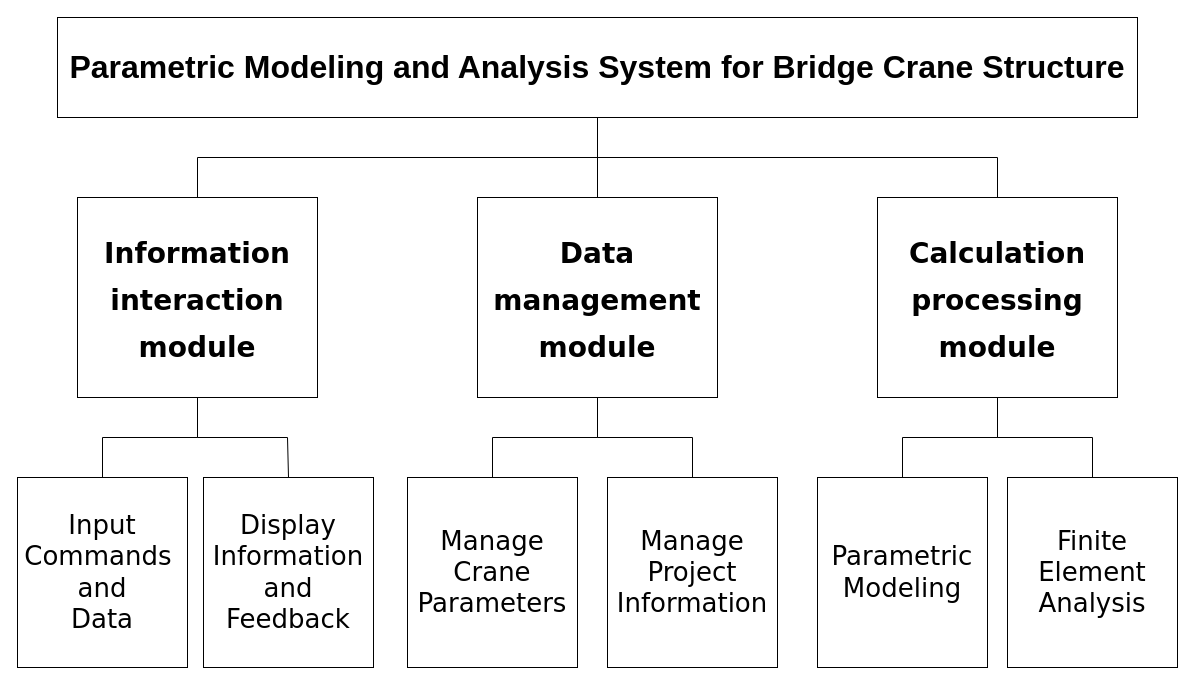
The draw.io diagram page "第 1 页" (1 of 2) of Graduation Design.drawio in Destiny-LB/draw.io, before the edit. Source tidied: cells renumbered, new cells numbered last; positions are measured from the earlier drawing's top-left corner, leaving out a move shared by most shapes. Both pictures are drawn from the tidied source at 100%, with x=0, y=0 at pixel (17, 17).
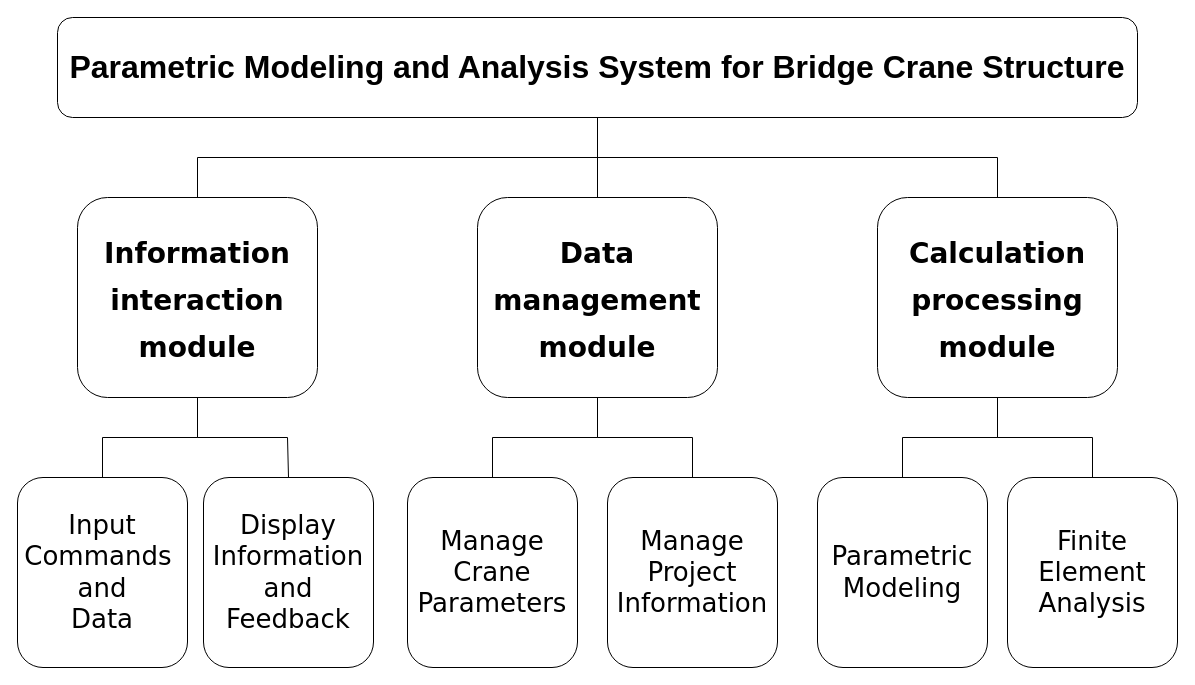
After the change.

Diff of the diagram source:
```diff
@@
-    <mxCell id="2" value="&lt;h1&gt;&lt;font style=&quot;font-size: 32px;&quot;&gt;Parametric Modeling and Analysis System for Bridge Crane Structure&lt;/font&gt;&lt;/h1&gt;" style="rounded=0;whiteSpace=wrap;html=1;" parent="1" vertex="1">
+    <mxCell id="2" value="&lt;h1&gt;&lt;font style=&quot;font-size: 32px;&quot;&gt;Parametric Modeling and Analysis System for Bridge Crane Structure&lt;/font&gt;&lt;/h1&gt;" style="rounded=1;whiteSpace=wrap;html=1;labelBackgroundColor=none;" parent="1" vertex="1">
       <mxGeometry x="40" width="1080" height="100" as="geometry" />
     </mxCell>
-    <mxCell id="3" value="&lt;h2&gt;&lt;font style=&quot;font-size: 28px;&quot;&gt;Information interaction module&lt;/font&gt;&lt;/h2&gt;" style="rounded=0;whiteSpace=wrap;html=1;fontFamily=Verdana;fontSize=26;" parent="1" vertex="1">
+    <mxCell id="3" value="&lt;h2&gt;&lt;font style=&quot;font-size: 28px;&quot;&gt;Information interaction module&lt;/font&gt;&lt;/h2&gt;" style="rounded=1;whiteSpace=wrap;html=1;fontFamily=Verdana;fontSize=26;labelBackgroundColor=none;" parent="1" vertex="1">
       <mxGeometry x="60" y="180" width="240" height="200" as="geometry" />
     </mxCell>
-    <mxCell id="4" value="&lt;h2&gt;&lt;font style=&quot;font-size: 28px;&quot;&gt;Data management module&lt;/font&gt;&lt;/h2&gt;" style="rounded=0;whiteSpace=wrap;html=1;fontFamily=Verdana;fontSize=26;" parent="1" vertex="1">
+    <mxCell id="4" value="&lt;h2&gt;&lt;font style=&quot;font-size: 28px;&quot;&gt;Data management module&lt;/font&gt;&lt;/h2&gt;" style="rounded=1;whiteSpace=wrap;html=1;fontFamily=Verdana;fontSize=26;labelBackgroundColor=none;" parent="1" vertex="1">
       <mxGeometry x="460" y="180" width="240" height="200" as="geometry" />
     </mxCell>
-    <mxCell id="5" value="&lt;h2&gt;&lt;font style=&quot;font-size: 28px;&quot;&gt;Calculation processing module&lt;/font&gt;&lt;/h2&gt;" style="rounded=0;whiteSpace=wrap;html=1;fontFamily=Verdana;fontSize=26;" parent="1" vertex="1">
+    <mxCell id="5" value="&lt;h2&gt;&lt;font style=&quot;font-size: 28px;&quot;&gt;Calculation processing module&lt;/font&gt;&lt;/h2&gt;" style="rounded=1;whiteSpace=wrap;html=1;fontFamily=Verdana;fontSize=26;labelBackgroundColor=none;" parent="1" vertex="1">
       <mxGeometry x="860" y="180" width="240" height="200" as="geometry" />
     </mxCell>
-    <mxCell id="6" value="&lt;p&gt;&lt;font style=&quot;font-size: 26px;&quot;&gt;Input Commands&amp;nbsp; &amp;nbsp; &amp;nbsp;and&amp;nbsp; &amp;nbsp; Data&lt;/font&gt;&lt;/p&gt;" style="rounded=0;whiteSpace=wrap;html=1;fontFamily=Verdana;fontSize=26;" parent="1" vertex="1">
+    <mxCell id="6" value="&lt;p&gt;&lt;font style=&quot;font-size: 26px;&quot;&gt;Input Commands&amp;nbsp; &amp;nbsp; &amp;nbsp;and&amp;nbsp; &amp;nbsp; Data&lt;/font&gt;&lt;/p&gt;" style="rounded=1;whiteSpace=wrap;html=1;fontFamily=Verdana;fontSize=26;labelBackgroundColor=none;" parent="1" vertex="1">
       <mxGeometry y="460" width="170" height="190" as="geometry" />
     </mxCell>
-    <mxCell id="7" value="&lt;p&gt;&lt;font style=&quot;font-size: 26px;&quot;&gt;Display Information and Feedback&lt;/font&gt;&lt;/p&gt;" style="rounded=0;whiteSpace=wrap;html=1;fontFamily=Verdana;fontSize=26;" parent="1" vertex="1">
+    <mxCell id="7" value="&lt;p&gt;&lt;font style=&quot;font-size: 26px;&quot;&gt;Display Information and Feedback&lt;/font&gt;&lt;/p&gt;" style="rounded=1;whiteSpace=wrap;html=1;fontFamily=Verdana;fontSize=26;labelBackgroundColor=none;" parent="1" vertex="1">
       <mxGeometry x="186" y="460" width="170" height="190" as="geometry" />
     </mxCell>
-    <mxCell id="8" value="&lt;p&gt;&lt;font style=&quot;font-size: 26px;&quot;&gt;Manage Project Information&lt;/font&gt;&lt;/p&gt;" style="rounded=0;whiteSpace=wrap;html=1;fontFamily=Verdana;fontSize=26;" parent="1" vertex="1">
+    <mxCell id="8" value="&lt;p&gt;&lt;font style=&quot;font-size: 26px;&quot;&gt;Manage Project Information&lt;/font&gt;&lt;/p&gt;" style="rounded=1;whiteSpace=wrap;html=1;fontFamily=Verdana;fontSize=26;labelBackgroundColor=none;" parent="1" vertex="1">
       <mxGeometry x="590" y="460" width="170" height="190" as="geometry" />
     </mxCell>
-    <mxCell id="9" value="&lt;p&gt;Manage Crane Parameters&lt;br&gt;&lt;/p&gt;" style="rounded=0;whiteSpace=wrap;html=1;fontFamily=Verdana;fontSize=26;" parent="1" vertex="1">
+    <mxCell id="9" value="&lt;p&gt;Manage Crane Parameters&lt;br&gt;&lt;/p&gt;" style="rounded=1;whiteSpace=wrap;html=1;fontFamily=Verdana;fontSize=26;labelBackgroundColor=none;" parent="1" vertex="1">
       <mxGeometry x="390" y="460" width="170" height="190" as="geometry" />
     </mxCell>
-    <mxCell id="10" value="&lt;p&gt;Parametric Modeling&lt;br&gt;&lt;/p&gt;" style="rounded=0;whiteSpace=wrap;html=1;fontFamily=Verdana;fontSize=26;" parent="1" vertex="1">
+    <mxCell id="10" value="&lt;p&gt;Parametric Modeling&lt;br&gt;&lt;/p&gt;" style="rounded=1;whiteSpace=wrap;html=1;fontFamily=Verdana;fontSize=26;labelBackgroundColor=none;" parent="1" vertex="1">
       <mxGeometry x="800" y="460" width="170" height="190" as="geometry" />
     </mxCell>
-    <mxCell id="11" value="&lt;p&gt;Finite Element Analysis&lt;br&gt;&lt;/p&gt;" style="rounded=0;whiteSpace=wrap;html=1;fontFamily=Verdana;fontSize=26;" parent="1" vertex="1">
+    <mxCell id="11" value="&lt;p&gt;Finite Element Analysis&lt;br&gt;&lt;/p&gt;" style="rounded=1;whiteSpace=wrap;html=1;fontFamily=Verdana;fontSize=26;labelBackgroundColor=none;" parent="1" vertex="1">
       <mxGeometry x="990" y="460" width="170" height="190" as="geometry" />
     </mxCell>
-    <mxCell id="12" style="endArrow=none;html=1;rounded=0;fontFamily=Helvetica;fontSize=28;entryX=0.5;entryY=1;entryDx=0;entryDy=0;exitX=0.5;exitY=0;exitDx=0;exitDy=0;" parent="1" edge="1" source="7" target="3">
+    <mxCell id="12" style="endArrow=none;html=1;rounded=0;fontFamily=Helvetica;fontSize=28;entryX=0.5;entryY=1;entryDx=0;entryDy=0;exitX=0.5;exitY=0;exitDx=0;exitDy=0;labelBackgroundColor=none;fontColor=default;" parent="1" edge="1" source="7" target="3">
       <mxGeometry relative="1" as="geometry">
         <Array as="points">
           <mxPoint x="270" y="420" />
           <mxPoint x="180" y="420" />
         </Array>
       </mxGeometry>
     </mxCell>
-    <mxCell id="13" style="endArrow=none;html=1;rounded=0;fontFamily=Helvetica;fontSize=28;entryX=0.5;entryY=1;entryDx=0;entryDy=0;" parent="1" edge="1" source="4" target="2">
+    <mxCell id="13" style="endArrow=none;html=1;rounded=0;fontFamily=Helvetica;fontSize=28;entryX=0.5;entryY=1;entryDx=0;entryDy=0;labelBackgroundColor=none;fontColor=default;" parent="1" edge="1" source="4" target="2">
       <mxGeometry relative="1" as="geometry" />
     </mxCell>
-    <mxCell id="14" style="endArrow=none;html=1;rounded=0;fontFamily=Helvetica;fontSize=28;entryX=0.5;entryY=1;entryDx=0;entryDy=0;exitX=0.5;exitY=0;exitDx=0;exitDy=0;" parent="1" edge="1" source="5" target="2">
+    <mxCell id="14" style="endArrow=none;html=1;rounded=0;fontFamily=Helvetica;fontSize=28;entryX=0.5;entryY=1;entryDx=0;entryDy=0;exitX=0.5;exitY=0;exitDx=0;exitDy=0;labelBackgroundColor=none;fontColor=default;" parent="1" edge="1" source="5" target="2">
       <mxGeometry relative="1" as="geometry">
         <Array as="points">
           <mxPoint x="980" y="140" />
           <mxPoint x="580" y="140" />
         </Array>
       </mxGeometry>
     </mxCell>
-    <mxCell id="15" style="endArrow=none;html=1;rounded=0;fontFamily=Helvetica;fontSize=28;entryX=0.5;entryY=1;entryDx=0;entryDy=0;exitX=0.5;exitY=0;exitDx=0;exitDy=0;" parent="1" edge="1" source="3" target="2">
+    <mxCell id="15" style="endArrow=none;html=1;rounded=0;fontFamily=Helvetica;fontSize=28;entryX=0.5;entryY=1;entryDx=0;entryDy=0;exitX=0.5;exitY=0;exitDx=0;exitDy=0;labelBackgroundColor=none;fontColor=default;" parent="1" edge="1" source="3" target="2">
       <mxGeometry relative="1" as="geometry">
         <Array as="points">
           <mxPoint x="180" y="140" />
           <mxPoint x="580" y="140" />
         </Array>
       </mxGeometry>
     </mxCell>
-    <mxCell id="16" style="endArrow=none;html=1;rounded=0;fontFamily=Helvetica;fontSize=28;entryX=0.5;entryY=1;entryDx=0;entryDy=0;exitX=0.5;exitY=0;exitDx=0;exitDy=0;" parent="1" edge="1" source="9" target="4">
+    <mxCell id="16" style="endArrow=none;html=1;rounded=0;fontFamily=Helvetica;fontSize=28;entryX=0.5;entryY=1;entryDx=0;entryDy=0;exitX=0.5;exitY=0;exitDx=0;exitDy=0;labelBackgroundColor=none;fontColor=default;" parent="1" edge="1" source="9" target="4">
       <mxGeometry relative="1" as="geometry">
         <Array as="points">
           <mxPoint x="475" y="420" />
           <mxPoint x="580" y="420" />
         </Array>
       </mxGeometry>
     </mxCell>
-    <mxCell id="17" style="endArrow=none;html=1;rounded=0;fontFamily=Helvetica;fontSize=28;entryX=0.5;entryY=1;entryDx=0;entryDy=0;exitX=0.5;exitY=0;exitDx=0;exitDy=0;" parent="1" edge="1" source="8" target="4">
+    <mxCell id="17" style="endArrow=none;html=1;rounded=0;fontFamily=Helvetica;fontSize=28;entryX=0.5;entryY=1;entryDx=0;entryDy=0;exitX=0.5;exitY=0;exitDx=0;exitDy=0;labelBackgroundColor=none;fontColor=default;" parent="1" edge="1" source="8" target="4">
       <mxGeometry relative="1" as="geometry">
         <Array as="points">
           <mxPoint x="675" y="420" />
           <mxPoint x="580" y="420" />
         </Array>
       </mxGeometry>
     </mxCell>
-    <mxCell id="18" style="endArrow=none;html=1;rounded=0;fontFamily=Helvetica;fontSize=28;entryX=0.5;entryY=1;entryDx=0;entryDy=0;exitX=0.5;exitY=0;exitDx=0;exitDy=0;" parent="1" edge="1" source="10" target="5">
+    <mxCell id="18" style="endArrow=none;html=1;rounded=0;fontFamily=Helvetica;fontSize=28;entryX=0.5;entryY=1;entryDx=0;entryDy=0;exitX=0.5;exitY=0;exitDx=0;exitDy=0;labelBackgroundColor=none;fontColor=default;" parent="1" edge="1" source="10" target="5">
       <mxGeometry relative="1" as="geometry">
         <Array as="points">
           <mxPoint x="885" y="420" />
           <mxPoint x="980" y="420" />
         </Array>
       </mxGeometry>
     </mxCell>
-    <mxCell id="19" style="endArrow=none;html=1;rounded=0;fontFamily=Helvetica;fontSize=28;entryX=0.5;entryY=1;entryDx=0;entryDy=0;exitX=0.5;exitY=0;exitDx=0;exitDy=0;" parent="1" edge="1" source="11" target="5">
+    <mxCell id="19" style="endArrow=none;html=1;rounded=0;fontFamily=Helvetica;fontSize=28;entryX=0.5;entryY=1;entryDx=0;entryDy=0;exitX=0.5;exitY=0;exitDx=0;exitDy=0;labelBackgroundColor=none;fontColor=default;" parent="1" edge="1" source="11" target="5">
       <mxGeometry relative="1" as="geometry">
         <Array as="points">
           <mxPoint x="1075" y="420" />
           <mxPoint x="980" y="420" />
         </Array>
       </mxGeometry>
     </mxCell>
-    <mxCell id="20" style="endArrow=none;html=1;rounded=0;fontFamily=Helvetica;fontSize=28;entryX=0.5;entryY=1;entryDx=0;entryDy=0;exitX=0.5;exitY=0;exitDx=0;exitDy=0;" parent="1" edge="1" source="6" target="3">
+    <mxCell id="20" style="endArrow=none;html=1;rounded=0;fontFamily=Helvetica;fontSize=28;entryX=0.5;entryY=1;entryDx=0;entryDy=0;exitX=0.5;exitY=0;exitDx=0;exitDy=0;labelBackgroundColor=none;fontColor=default;" parent="1" edge="1" source="6" target="3">
       <mxGeometry relative="1" as="geometry">
         <Array as="points">
           <mxPoint x="85" y="420" />
           <mxPoint x="180" y="420" />
         </Array>
       </mxGeometry>
     </mxCell>
```
